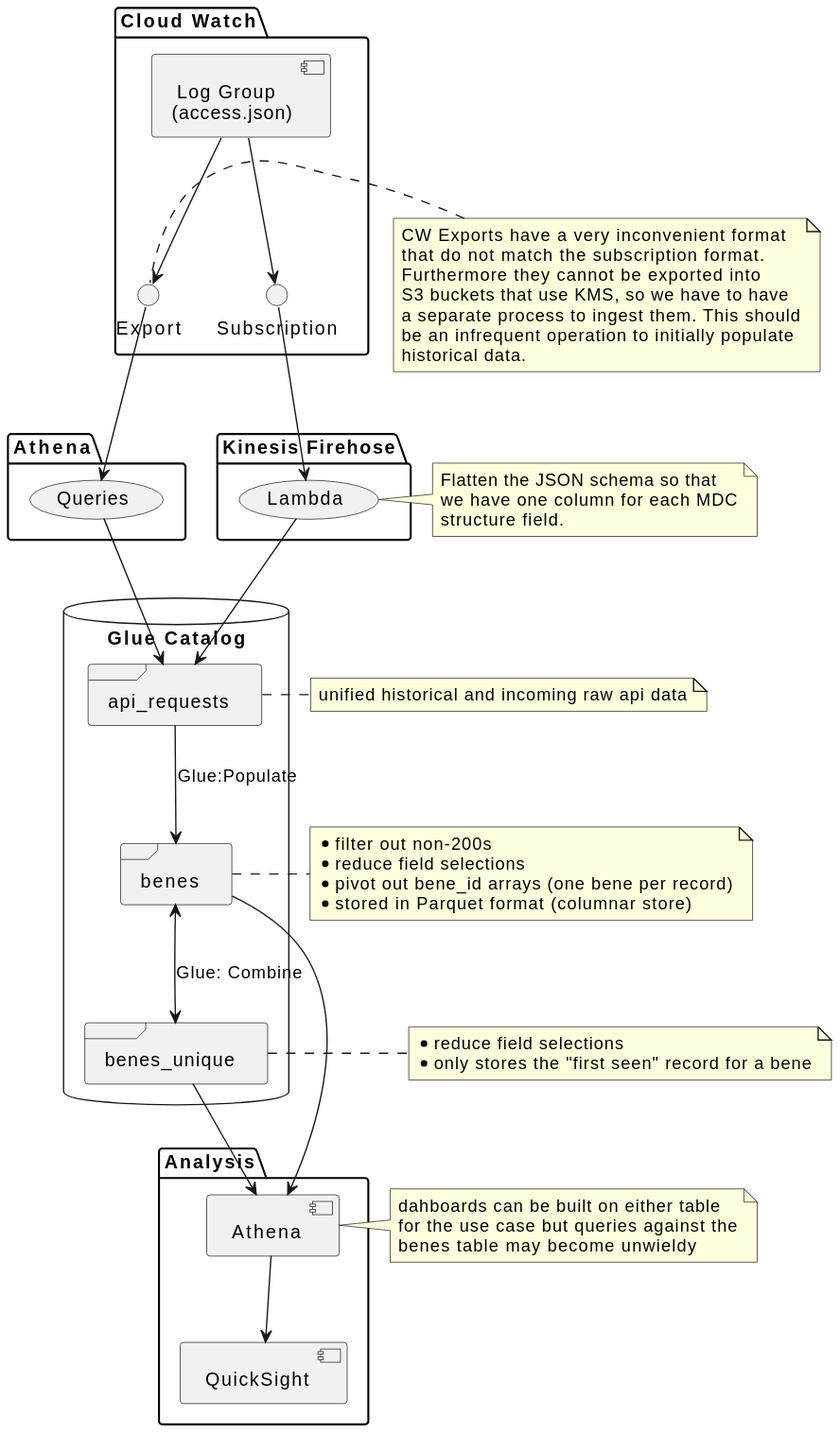
Above: insights/terraform/projects/bfd/docs/unique-bene-workflow.svg in CMSgov/beneficiary-fhir-data (PlantUML), before the change.
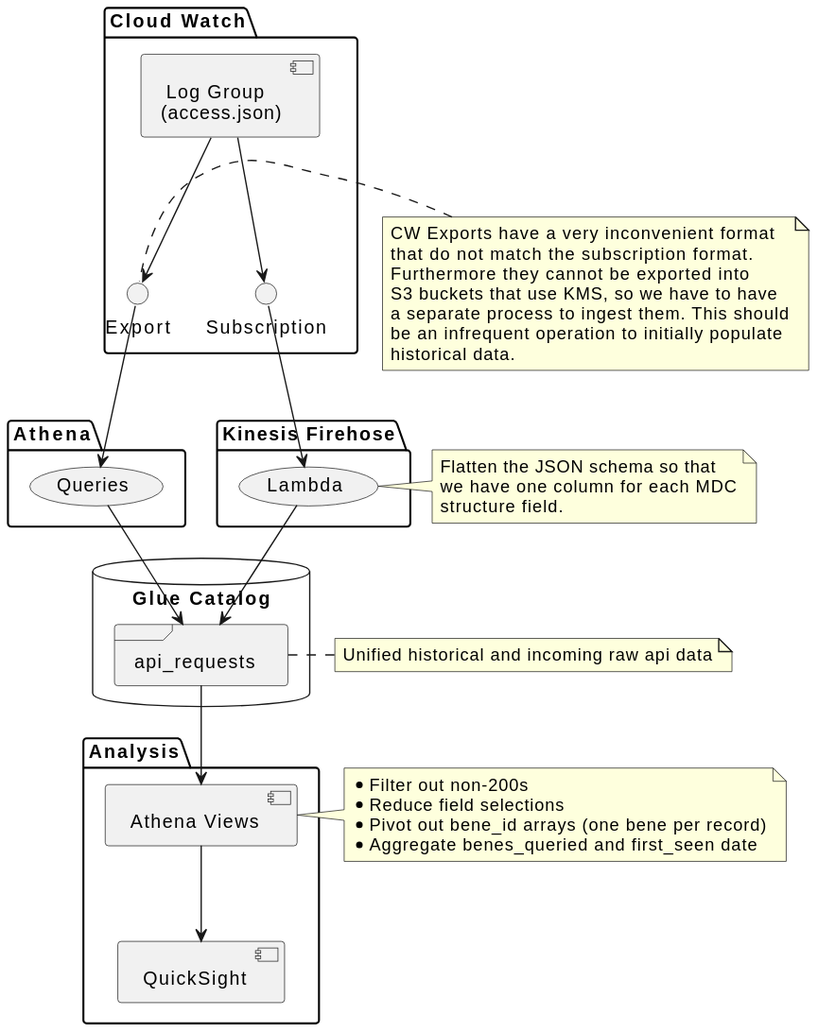
Later version of the same file.

Diff of the diagram source:
```diff
@@ -2,32 +2,16 @@
 database "Glue Catalog" {
   frame "api_requests" as api_requests {
   }
-  frame "benes" as benes {
-  }
-  frame "benes_unique" as benes_unique {
-  }
 }
 
 note right of api_requests
-  unified historical and incoming raw api data
-end note
-
-note right of benes
-  * filter out non-200s
-  * reduce field selections
-  * pivot out bene_id arrays (one bene per record)
-  * stored in Parquet format (columnar store)
-end note
-
-note right of benes_unique
-  * reduce field selections
-  * only stores the "first seen" record for a bene
+  Unified historical and incoming raw api data
 end note
 
 package "Cloud Watch" {
   [ Log Group\n(access.json) ] as L
+  L --> () Subscription
   L --> () Export
-  L --> () Subscription
 }
 
 note left of Export
@@ -60,19 +44,16 @@
   structure field.
 end note
 
-api_requests --> benes : Glue:Populate
-benes <--> benes_unique : Glue: Combine
-
 package "Analysis" {
-  [ Athena ] as A
+  [ Athena Views ] as A
+  api_requests --> A
   A --> [ QuickSight ]
-  benes --> A
-  benes_unique --> A
 }
 
 note right of A
-  dahboards can be built on either table
-  for the use case but queries against the
-  benes table may become unwieldy
+  * Filter out non-200s
+  * Reduce field selections
+  * Pivot out bene_id arrays (one bene per record)
+  * Aggregate benes_queried and first_seen date
 end note
 @enduml
```
